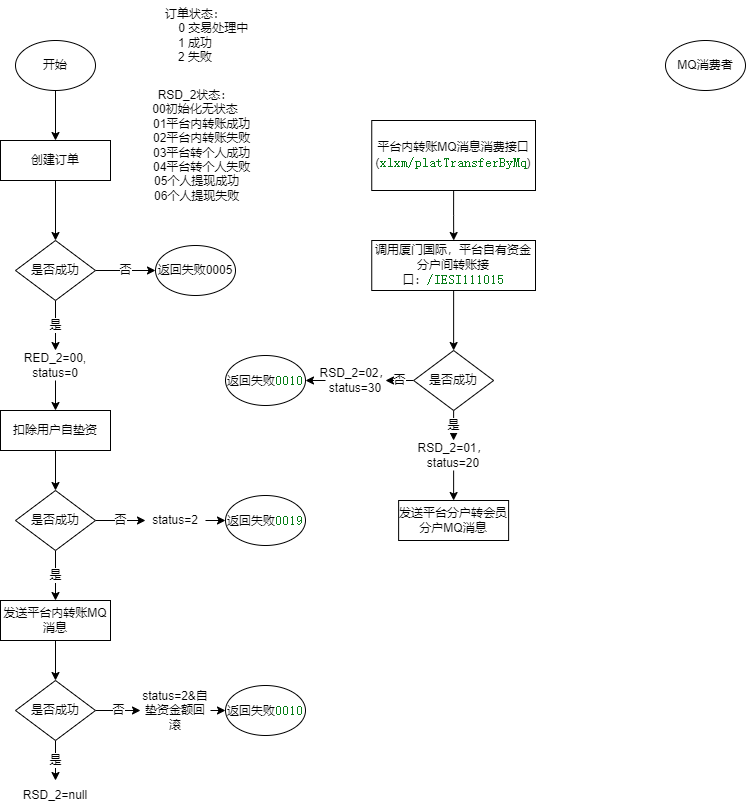
This is 厦门国际代付订单状态流转.drawio.png from songyibo2019/mydiagrams, a draw.io export, as it was before one commit. Source tidied: cells renumbered, new cells last; positions are measured from the earlier drawing's top-left corner, leaving out a move shared by most shapes.
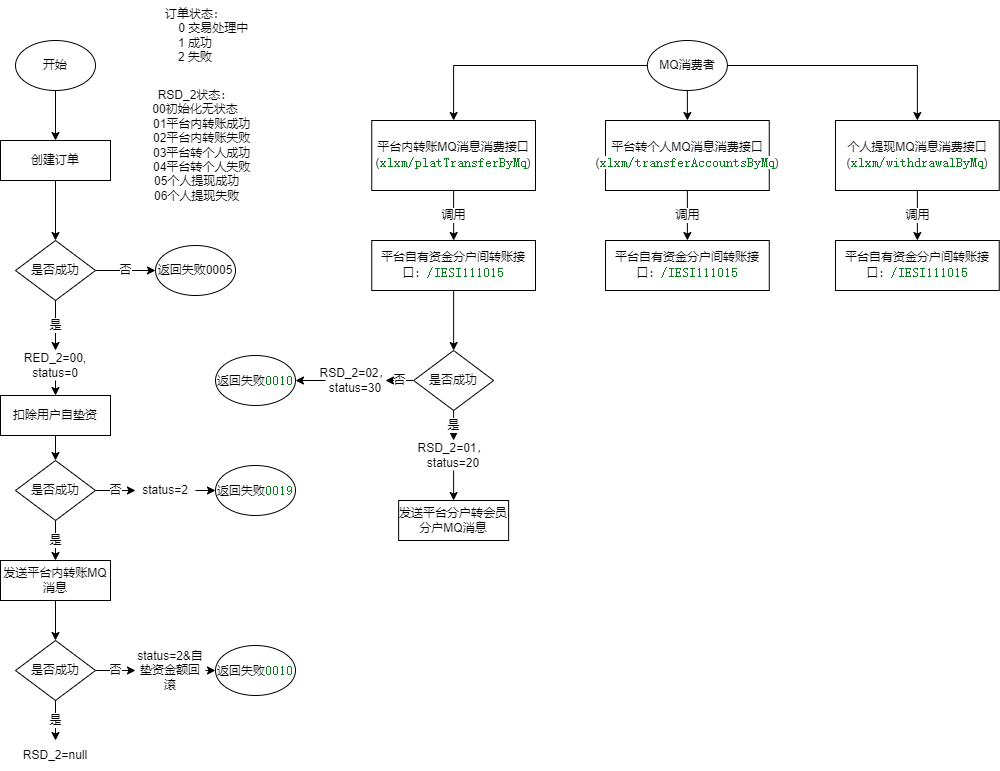
After the commit.

Commit message:
Update 厦门国际代付订单状态流转.drawio.png

What changed in the source:
```diff
@@ -29,7 +29,7 @@
       <mxGeometry relative="1" as="geometry" />
     </mxCell>
     <mxCell id="10" value="扣除用户自垫资" style="rounded=0;whiteSpace=wrap;html=1;" parent="1" vertex="1">
-      <mxGeometry y="410" width="110" height="40" as="geometry" />
+      <mxGeometry y="395" width="110" height="40" as="geometry" />
     </mxCell>
     <mxCell id="11" value="返回失败0005" style="ellipse;whiteSpace=wrap;html=1;" parent="1" vertex="1">
       <mxGeometry x="155" y="245" width="80" height="50" as="geometry" />
@@ -47,22 +47,22 @@
       <mxGeometry relative="1" as="geometry" />
     </mxCell>
     <mxCell id="16" value="是否成功" style="rhombus;whiteSpace=wrap;html=1;" parent="1" vertex="1">
-      <mxGeometry x="15" y="490" width="80" height="60" as="geometry" />
+      <mxGeometry x="15" y="460" width="80" height="60" as="geometry" />
     </mxCell>
     <mxCell id="17" value="返回失败&lt;span style=&quot;color: rgb(6 , 125 , 23) ; background-color: rgb(255 , 255 , 255) ; font-family: &amp;#34;jetbrains mono&amp;#34; , monospace ; font-size: 9.8pt&quot;&gt;0019&lt;/span&gt;" style="ellipse;whiteSpace=wrap;html=1;" parent="1" vertex="1">
-      <mxGeometry x="225" y="495" width="80" height="50" as="geometry" />
+      <mxGeometry x="215" y="465" width="80" height="50" as="geometry" />
     </mxCell>
     <mxCell id="18" style="edgeStyle=orthogonalEdgeStyle;rounded=0;jettySize=auto;html=1;exitX=0.5;exitY=1;exitDx=0;exitDy=0;entryX=0.5;entryY=0;entryDx=0;entryDy=0;fontSize=10;" parent="1" edge="1" source="19" target="26">
       <mxGeometry relative="1" as="geometry" />
     </mxCell>
     <mxCell id="19" value="发送平台内转账MQ消息" style="rounded=0;whiteSpace=wrap;html=1;" parent="1" vertex="1">
-      <mxGeometry y="600" width="110" height="40" as="geometry" />
+      <mxGeometry y="560" width="110" height="40" as="geometry" />
     </mxCell>
     <mxCell id="20" style="edgeStyle=orthogonalEdgeStyle;rounded=0;jettySize=auto;html=1;exitX=1;exitY=0.5;exitDx=0;exitDy=0;entryX=0;entryY=0.5;entryDx=0;entryDy=0;fontSize=10;" parent="1" edge="1" source="21" target="17">
       <mxGeometry relative="1" as="geometry" />
     </mxCell>
     <mxCell id="21" value="status=2" style="text;html=1;strokeColor=none;fillColor=none;align=center;verticalAlign=middle;whiteSpace=wrap;rounded=0;" parent="1" vertex="1">
-      <mxGeometry x="145" y="505" width="60" height="30" as="geometry" />
+      <mxGeometry x="135" y="475" width="60" height="30" as="geometry" />
     </mxCell>
     <mxCell id="22" value="订单状态：&lt;br&gt;&amp;nbsp; &amp;nbsp; &amp;nbsp; &amp;nbsp; &amp;nbsp; &amp;nbsp;0 交易处理中&lt;br&gt;1 成功&lt;br&gt;2 失败" style="text;html=1;strokeColor=none;fillColor=none;align=center;verticalAlign=middle;whiteSpace=wrap;rounded=0;" parent="1" vertex="1">
       <mxGeometry x="135" width="120" height="70" as="geometry" />
@@ -77,21 +77,21 @@
       <mxGeometry relative="1" as="geometry" />
     </mxCell>
     <mxCell id="26" value="是否成功" style="rhombus;whiteSpace=wrap;html=1;" parent="1" vertex="1">
-      <mxGeometry x="15" y="680" width="80" height="60" as="geometry" />
+      <mxGeometry x="15" y="640" width="80" height="60" as="geometry" />
     </mxCell>
     <mxCell id="27" value="RSD_2=null" style="text;html=1;strokeColor=none;fillColor=none;align=center;verticalAlign=middle;whiteSpace=wrap;rounded=0;fontSize=10;" parent="1" vertex="1">
-      <mxGeometry x="20" y="780" width="70" height="30" as="geometry" />
+      <mxGeometry x="20" y="740" width="70" height="30" as="geometry" />
     </mxCell>
     <mxCell id="28" style="edgeStyle=orthogonalEdgeStyle;rounded=0;jettySize=auto;html=1;exitX=1;exitY=0.5;exitDx=0;exitDy=0;entryX=0;entryY=0.5;entryDx=0;entryDy=0;fontSize=10;" parent="1" edge="1" source="29" target="30">
       <mxGeometry relative="1" as="geometry" />
     </mxCell>
     <mxCell id="29" value="status=2&amp;amp;自垫资金额回滚" style="text;html=1;strokeColor=none;fillColor=none;align=center;verticalAlign=middle;whiteSpace=wrap;rounded=0;fontSize=10;" parent="1" vertex="1">
-      <mxGeometry x="140" y="687.5" width="70" height="45" as="geometry" />
+      <mxGeometry x="135" y="647.5" width="70" height="45" as="geometry" />
     </mxCell>
     <mxCell id="30" value="返回失败&lt;span style=&quot;color: rgb(6 , 125 , 23) ; background-color: rgb(255 , 255 , 255) ; font-family: &amp;#34;jetbrains mono&amp;#34; , monospace ; font-size: 9.8pt&quot;&gt;0010&lt;/span&gt;" style="ellipse;whiteSpace=wrap;html=1;" parent="1" vertex="1">
-      <mxGeometry x="225" y="685" width="80" height="50" as="geometry" />
+      <mxGeometry x="215" y="645" width="80" height="50" as="geometry" />
     </mxCell>
-    <mxCell id="31" style="edgeStyle=orthogonalEdgeStyle;rounded=0;jettySize=auto;html=1;exitX=0.5;exitY=1;exitDx=0;exitDy=0;" parent="1" edge="1" source="32" target="34">
+    <mxCell id="31" value="调用" style="edgeStyle=orthogonalEdgeStyle;rounded=0;jettySize=auto;html=1;exitX=0.5;exitY=1;exitDx=0;exitDy=0;" parent="1" edge="1" source="32" target="34">
       <mxGeometry relative="1" as="geometry" />
     </mxCell>
     <mxCell id="32" value="平台内转账MQ消息消费接口(&lt;span style=&quot;color: rgb(6 , 125 , 23) ; background-color: rgb(255 , 255 , 255) ; font-family: &amp;#34;jetbrains mono&amp;#34; , monospace ; font-size: 9.8pt&quot;&gt;xlxm/platTransferByMq&lt;/span&gt;&lt;span&gt;)&lt;/span&gt;" style="rounded=0;whiteSpace=wrap;html=1;" parent="1" vertex="1">
@@ -100,11 +100,20 @@
     <mxCell id="33" style="edgeStyle=orthogonalEdgeStyle;rounded=0;jettySize=auto;html=1;exitX=0.5;exitY=1;exitDx=0;exitDy=0;entryX=0.5;entryY=0;entryDx=0;entryDy=0;" parent="1" edge="1" source="34" target="38">
       <mxGeometry relative="1" as="geometry" />
     </mxCell>
-    <mxCell id="34" value="调用厦门国际，平台自有资金分户间转账接口：&lt;span style=&quot;color: rgb(6 , 125 , 23) ; background-color: rgb(255 , 255 , 255) ; font-family: &amp;#34;jetbrains mono&amp;#34; , monospace ; font-size: 9.8pt&quot;&gt;/IESI111015&lt;/span&gt;" style="rounded=0;whiteSpace=wrap;html=1;" parent="1" vertex="1">
+    <mxCell id="34" value="平台自有资金分户间转账接口：&lt;span style=&quot;color: rgb(6 , 125 , 23) ; background-color: rgb(255 , 255 , 255) ; font-family: &amp;#34;jetbrains mono&amp;#34; , monospace ; font-size: 9.8pt&quot;&gt;/IESI111015&lt;/span&gt;" style="rounded=0;whiteSpace=wrap;html=1;" parent="1" vertex="1">
       <mxGeometry x="371.2" y="240" width="163.8" height="50" as="geometry" />
     </mxCell>
+    <mxCell id="45" style="edgeStyle=orthogonalEdgeStyle;rounded=0;jettySize=auto;html=1;exitX=0;exitY=0.5;exitDx=0;exitDy=0;entryX=0.5;entryY=0;entryDx=0;entryDy=0;" parent="1" edge="1" source="35" target="32">
+      <mxGeometry relative="1" as="geometry" />
+    </mxCell>
+    <mxCell id="46" style="edgeStyle=orthogonalEdgeStyle;rounded=0;jettySize=auto;html=1;exitX=0.5;exitY=1;exitDx=0;exitDy=0;entryX=0.5;entryY=0;entryDx=0;entryDy=0;" parent="1" edge="1" source="35" target="49">
+      <mxGeometry relative="1" as="geometry" />
+    </mxCell>
+    <mxCell id="47" style="edgeStyle=orthogonalEdgeStyle;rounded=0;jettySize=auto;html=1;exitX=1;exitY=0.5;exitDx=0;exitDy=0;entryX=0.5;entryY=0;entryDx=0;entryDy=0;" parent="1" edge="1" source="35" target="51">
+      <mxGeometry relative="1" as="geometry" />
+    </mxCell>
     <mxCell id="35" value="MQ消费者" style="ellipse;whiteSpace=wrap;html=1;" parent="1" vertex="1">
-      <mxGeometry x="665" y="40" width="80" height="50" as="geometry" />
+      <mxGeometry x="646.9" y="40" width="80" height="50" as="geometry" />
     </mxCell>
     <mxCell id="36" value="否" style="edgeStyle=orthogonalEdgeStyle;rounded=0;jettySize=auto;html=1;exitX=0;exitY=0.5;exitDx=0;exitDy=0;" parent="1" edge="1" source="38" target="42">
       <mxGeometry relative="1" as="geometry" />
@@ -119,7 +128,7 @@
       <mxGeometry x="398.1" y="500" width="110" height="40" as="geometry" />
     </mxCell>
     <mxCell id="40" value="返回失败&lt;span style=&quot;color: rgb(6 , 125 , 23) ; background-color: rgb(255 , 255 , 255) ; font-family: &amp;#34;jetbrains mono&amp;#34; , monospace ; font-size: 9.8pt&quot;&gt;0010&lt;/span&gt;" style="ellipse;whiteSpace=wrap;html=1;" parent="1" vertex="1">
-      <mxGeometry x="225" y="355" width="80" height="50" as="geometry" />
+      <mxGeometry x="215" y="355" width="80" height="50" as="geometry" />
     </mxCell>
     <mxCell id="41" style="edgeStyle=orthogonalEdgeStyle;rounded=0;jettySize=auto;html=1;exitX=0;exitY=0.5;exitDx=0;exitDy=0;entryX=1;entryY=0.5;entryDx=0;entryDy=0;" parent="1" edge="1" source="42" target="40">
       <mxGeometry relative="1" as="geometry" />
@@ -133,5 +142,23 @@
     <mxCell id="44" value="RSD_2=01，&lt;br&gt;status=20" style="text;html=1;strokeColor=none;fillColor=none;align=center;verticalAlign=middle;whiteSpace=wrap;rounded=0;" parent="1" vertex="1">
       <mxGeometry x="423.1" y="440" width="60" height="30" as="geometry" />
     </mxCell>
+    <mxCell id="48" value="调用" style="edgeStyle=orthogonalEdgeStyle;rounded=0;jettySize=auto;html=1;exitX=0.5;exitY=1;exitDx=0;exitDy=0;entryX=0.5;entryY=0;entryDx=0;entryDy=0;" parent="1" edge="1" source="49" target="52">
+      <mxGeometry relative="1" as="geometry" />
+    </mxCell>
+    <mxCell id="49" value="平台转个人MQ消息消费接口(&lt;span style=&quot;color: rgb(6 , 125 , 23) ; background-color: rgb(255 , 255 , 255) ; font-family: &amp;#34;jetbrains mono&amp;#34; , monospace ; font-size: 9.8pt&quot;&gt;xlxm/transferAccountsByMq&lt;/span&gt;&lt;span&gt;)&lt;/span&gt;" style="rounded=0;whiteSpace=wrap;html=1;" parent="1" vertex="1">
+      <mxGeometry x="605" y="120" width="163.8" height="70" as="geometry" />
+    </mxCell>
+    <mxCell id="50" value="调用" style="edgeStyle=orthogonalEdgeStyle;rounded=0;jettySize=auto;html=1;exitX=0.5;exitY=1;exitDx=0;exitDy=0;" parent="1" edge="1" source="51" target="53">
+      <mxGeometry relative="1" as="geometry" />
+    </mxCell>
+    <mxCell id="51" value="个人提现MQ消息消费接口(&lt;span style=&quot;color: rgb(6 , 125 , 23) ; background-color: rgb(255 , 255 , 255) ; font-family: &amp;#34;jetbrains mono&amp;#34; , monospace ; font-size: 9.8pt&quot;&gt;xlxm/withdrawalByMq&lt;/span&gt;&lt;span&gt;)&lt;/span&gt;" style="rounded=0;whiteSpace=wrap;html=1;" parent="1" vertex="1">
+      <mxGeometry x="835" y="120" width="163.8" height="70" as="geometry" />
+    </mxCell>
+    <mxCell id="52" value="平台自有资金分户间转账接口：&lt;span style=&quot;color: rgb(6 , 125 , 23) ; background-color: rgb(255 , 255 , 255) ; font-family: &amp;#34;jetbrains mono&amp;#34; , monospace ; font-size: 9.8pt&quot;&gt;/IESI111015&lt;/span&gt;" style="rounded=0;whiteSpace=wrap;html=1;" parent="1" vertex="1">
+      <mxGeometry x="605" y="240" width="163.8" height="50" as="geometry" />
+    </mxCell>
+    <mxCell id="53" value="平台自有资金分户间转账接口：&lt;span style=&quot;color: rgb(6 , 125 , 23) ; background-color: rgb(255 , 255 , 255) ; font-family: &amp;#34;jetbrains mono&amp;#34; , monospace ; font-size: 9.8pt&quot;&gt;/IESI111015&lt;/span&gt;" style="rounded=0;whiteSpace=wrap;html=1;" parent="1" vertex="1">
+      <mxGeometry x="835" y="240" width="163.8" height="50" as="geometry" />
+    </mxCell>
   </root>
 </mxGraphModel>
```
